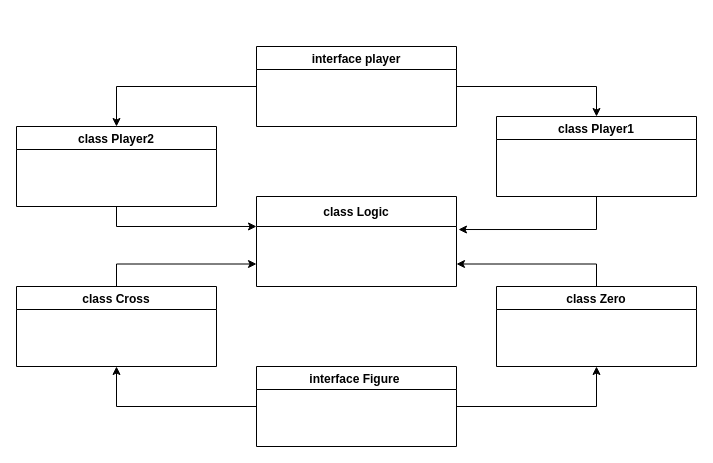
Above: Крестики-нолики.drawio in Dm-prog/job4j_design (draw.io), before the change. Source tidied: cells renumbered, new cells numbered last; positions are measured from the earlier drawing's top-left corner, leaving out a move shared by most shapes. Both pictures are drawn from the tidied source at 100%, with x=0, y=0 at pixel (16, 46).
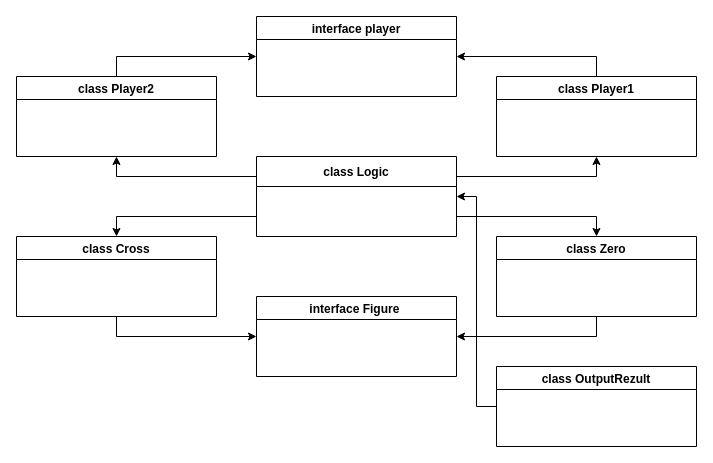
After the change.

The edit, as a diff of the source:
```diff
@@
 <mxGraphModel>
   <root>
     <mxCell id="0" />
     <mxCell id="1" parent="0" />
-    <mxCell id="2" style="edgeStyle=orthogonalEdgeStyle;rounded=0;jettySize=auto;html=1;exitX=0;exitY=0.5;exitDx=0;exitDy=0;entryX=0.5;entryY=0;entryDx=0;entryDy=0;fontSize=12;" parent="1" edge="1" source="4" target="8">
-      <mxGeometry relative="1" as="geometry" />
-    </mxCell>
-    <mxCell id="3" style="edgeStyle=orthogonalEdgeStyle;rounded=0;jettySize=auto;html=1;entryX=0.5;entryY=0;entryDx=0;entryDy=0;fontSize=12;" parent="1" edge="1" source="4" target="6">
-      <mxGeometry relative="1" as="geometry" />
-    </mxCell>
     <mxCell id="4" value="interface player" style="swimlane;align=center;" parent="1" vertex="1">
-      <mxGeometry x="240" width="200" height="80" as="geometry" />
+      <mxGeometry x="240" y="-30" width="200" height="80" as="geometry" />
     </mxCell>
-    <mxCell id="5" style="edgeStyle=orthogonalEdgeStyle;rounded=0;jettySize=auto;html=1;exitX=0.5;exitY=1;exitDx=0;exitDy=0;entryX=1.01;entryY=0.367;entryDx=0;entryDy=0;entryPerimeter=0;fontSize=12;" parent="1" edge="1" source="6" target="9">
-      <mxGeometry relative="1" as="geometry" />
-    </mxCell>
+    <mxCell id="17" style="edgeStyle=orthogonalEdgeStyle;rounded=0;jettySize=auto;html=1;exitX=0.5;exitY=0;exitDx=0;exitDy=0;entryX=1;entryY=0.5;entryDx=0;entryDy=0;" parent="1" edge="1" source="6" target="4">
+      <mxGeometry relative="1" as="geometry" />
+    </mxCell>
     <mxCell id="6" value="class Player1" style="swimlane;align=center;" parent="1" vertex="1">
-      <mxGeometry x="480" y="70" width="200" height="80" as="geometry" />
+      <mxGeometry x="480" y="30" width="200" height="80" as="geometry" />
     </mxCell>
-    <mxCell id="7" style="edgeStyle=orthogonalEdgeStyle;rounded=0;jettySize=auto;html=1;exitX=0.5;exitY=1;exitDx=0;exitDy=0;entryX=0;entryY=0.333;entryDx=0;entryDy=0;entryPerimeter=0;fontSize=12;" parent="1" edge="1" source="8" target="9">
-      <mxGeometry relative="1" as="geometry" />
-    </mxCell>
+    <mxCell id="18" style="edgeStyle=orthogonalEdgeStyle;rounded=0;jettySize=auto;html=1;exitX=0.5;exitY=0;exitDx=0;exitDy=0;entryX=0;entryY=0.5;entryDx=0;entryDy=0;" parent="1" edge="1" source="8" target="4">
+      <mxGeometry relative="1" as="geometry" />
+    </mxCell>
     <mxCell id="8" value="class Player2" style="swimlane;align=center;" parent="1" vertex="1">
-      <mxGeometry y="80" width="200" height="80" as="geometry" />
+      <mxGeometry y="30" width="200" height="80" as="geometry" />
     </mxCell>
+    <mxCell id="19" style="edgeStyle=orthogonalEdgeStyle;rounded=0;jettySize=auto;html=1;exitX=1;exitY=0.25;exitDx=0;exitDy=0;entryX=0.5;entryY=1;entryDx=0;entryDy=0;" parent="1" edge="1" source="9" target="6">
+      <mxGeometry relative="1" as="geometry" />
+    </mxCell>
+    <mxCell id="20" style="edgeStyle=orthogonalEdgeStyle;rounded=0;jettySize=auto;html=1;exitX=0;exitY=0.25;exitDx=0;exitDy=0;entryX=0.5;entryY=1;entryDx=0;entryDy=0;" parent="1" edge="1" source="9" target="8">
+      <mxGeometry relative="1" as="geometry" />
+    </mxCell>
+    <mxCell id="21" style="edgeStyle=orthogonalEdgeStyle;rounded=0;jettySize=auto;html=1;exitX=0;exitY=0.75;exitDx=0;exitDy=0;entryX=0.5;entryY=0;entryDx=0;entryDy=0;" parent="1" edge="1" source="9" target="11">
+      <mxGeometry relative="1" as="geometry" />
+    </mxCell>
+    <mxCell id="22" style="edgeStyle=orthogonalEdgeStyle;rounded=0;jettySize=auto;html=1;exitX=1;exitY=0.75;exitDx=0;exitDy=0;entryX=0.5;entryY=0;entryDx=0;entryDy=0;" parent="1" edge="1" source="9" target="13">
+      <mxGeometry relative="1" as="geometry" />
+    </mxCell>
     <mxCell id="9" value="class Logic" style="swimlane;fontSize=12;align=center;startSize=30;" parent="1" vertex="1">
-      <mxGeometry x="240" y="150" width="200" height="90" as="geometry" />
+      <mxGeometry x="240" y="110" width="200" height="80" as="geometry" />
     </mxCell>
-    <mxCell id="10" style="edgeStyle=orthogonalEdgeStyle;rounded=0;jettySize=auto;html=1;exitX=0.5;exitY=0;exitDx=0;exitDy=0;entryX=0;entryY=0.75;entryDx=0;entryDy=0;fontSize=12;" parent="1" edge="1" source="11" target="9">
-      <mxGeometry relative="1" as="geometry" />
-    </mxCell>
+    <mxCell id="23" style="edgeStyle=orthogonalEdgeStyle;rounded=0;jettySize=auto;html=1;exitX=0.5;exitY=1;exitDx=0;exitDy=0;entryX=0;entryY=0.5;entryDx=0;entryDy=0;" parent="1" edge="1" source="11" target="16">
+      <mxGeometry relative="1" as="geometry" />
+    </mxCell>
     <mxCell id="11" value="class Cross" style="swimlane;fontSize=12;align=center;" parent="1" vertex="1">
-      <mxGeometry y="240" width="200" height="80" as="geometry" />
+      <mxGeometry y="190" width="200" height="80" as="geometry" />
     </mxCell>
-    <mxCell id="12" style="edgeStyle=orthogonalEdgeStyle;rounded=0;jettySize=auto;html=1;exitX=0.5;exitY=0;exitDx=0;exitDy=0;entryX=1;entryY=0.75;entryDx=0;entryDy=0;fontSize=12;" parent="1" edge="1" source="13" target="9">
-      <mxGeometry relative="1" as="geometry" />
-    </mxCell>
+    <mxCell id="24" style="edgeStyle=orthogonalEdgeStyle;rounded=0;jettySize=auto;html=1;exitX=0.5;exitY=1;exitDx=0;exitDy=0;entryX=1;entryY=0.5;entryDx=0;entryDy=0;" parent="1" edge="1" source="13" target="16">
+      <mxGeometry relative="1" as="geometry" />
+    </mxCell>
     <mxCell id="13" value="class Zero" style="swimlane;fontSize=12;align=center;" parent="1" vertex="1">
-      <mxGeometry x="480" y="240" width="200" height="80" as="geometry" />
+      <mxGeometry x="480" y="190" width="200" height="80" as="geometry" />
     </mxCell>
-    <mxCell id="14" style="edgeStyle=orthogonalEdgeStyle;rounded=0;jettySize=auto;html=1;exitX=0;exitY=0.5;exitDx=0;exitDy=0;entryX=0.5;entryY=1;entryDx=0;entryDy=0;fontSize=12;" parent="1" edge="1" source="16" target="11">
-      <mxGeometry relative="1" as="geometry" />
-    </mxCell>
-    <mxCell id="15" style="edgeStyle=orthogonalEdgeStyle;rounded=0;jettySize=auto;html=1;exitX=1;exitY=0.5;exitDx=0;exitDy=0;entryX=0.5;entryY=1;entryDx=0;entryDy=0;fontSize=12;" parent="1" edge="1" source="16" target="13">
-      <mxGeometry relative="1" as="geometry" />
-    </mxCell>
     <mxCell id="16" value="interface Figure " style="swimlane;fontSize=12;align=center;" parent="1" vertex="1">
-      <mxGeometry x="240" y="320" width="200" height="80" as="geometry" />
+      <mxGeometry x="240" y="250" width="200" height="80" as="geometry" />
     </mxCell>
+    <mxCell id="25" style="edgeStyle=orthogonalEdgeStyle;rounded=0;jettySize=auto;html=1;entryX=1;entryY=0.5;entryDx=0;entryDy=0;" parent="1" edge="1" source="26" target="9">
+      <mxGeometry relative="1" as="geometry" />
+    </mxCell>
+    <mxCell id="26" value="class OutputRezult" style="swimlane;" parent="1" vertex="1">
+      <mxGeometry x="480" y="320" width="200" height="80" as="geometry" />
+    </mxCell>
   </root>
 </mxGraphModel>
```
